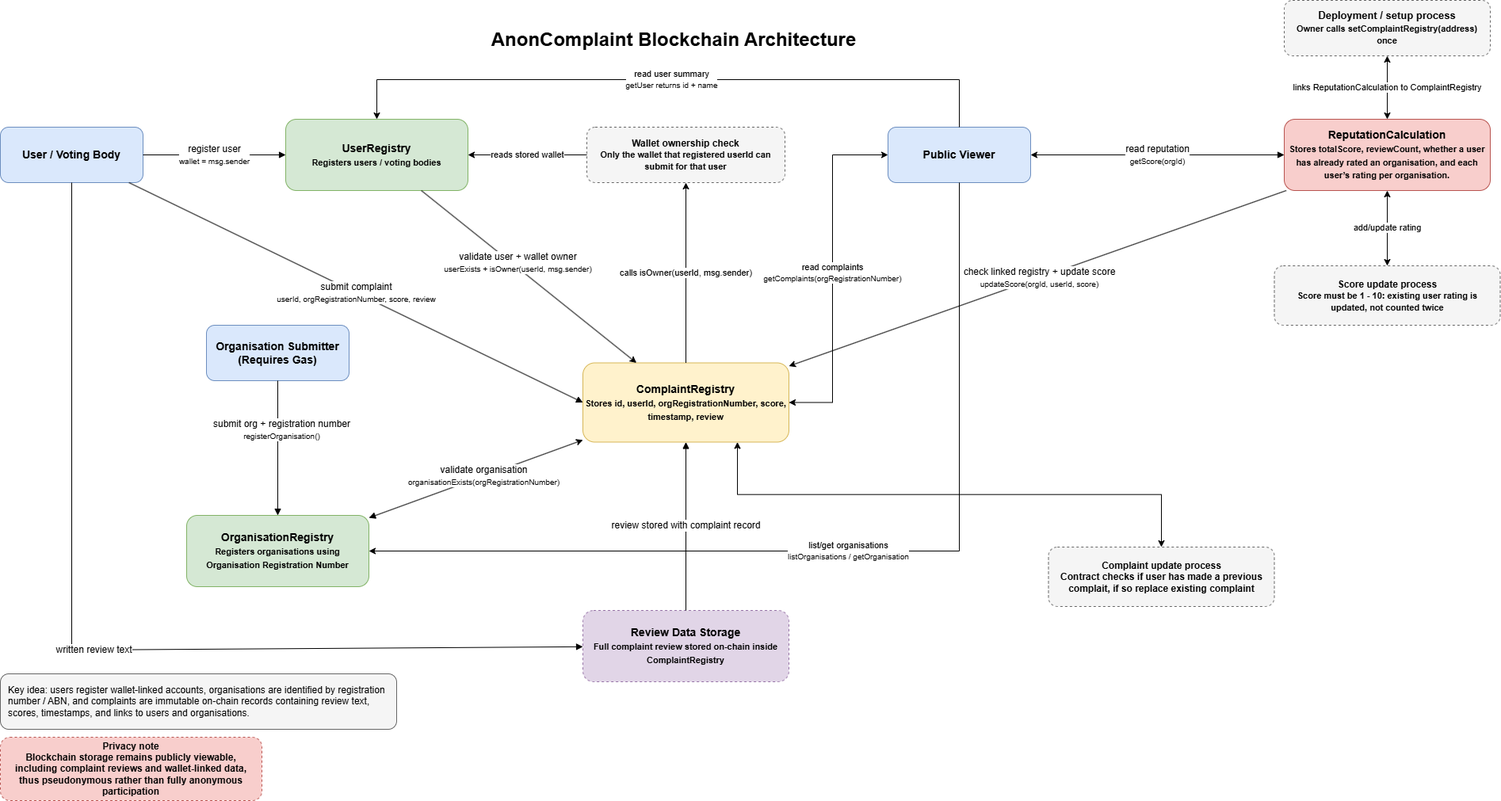
The draw.io diagram assessment3/anoncomplaint_architecture.png in FocusedLoop/IFB452-practicals, before a commit. Source tidied: cells renumbered, new cells last; positions are measured from the earlier drawing's top-left corner, leaving out a move shared by most shapes.
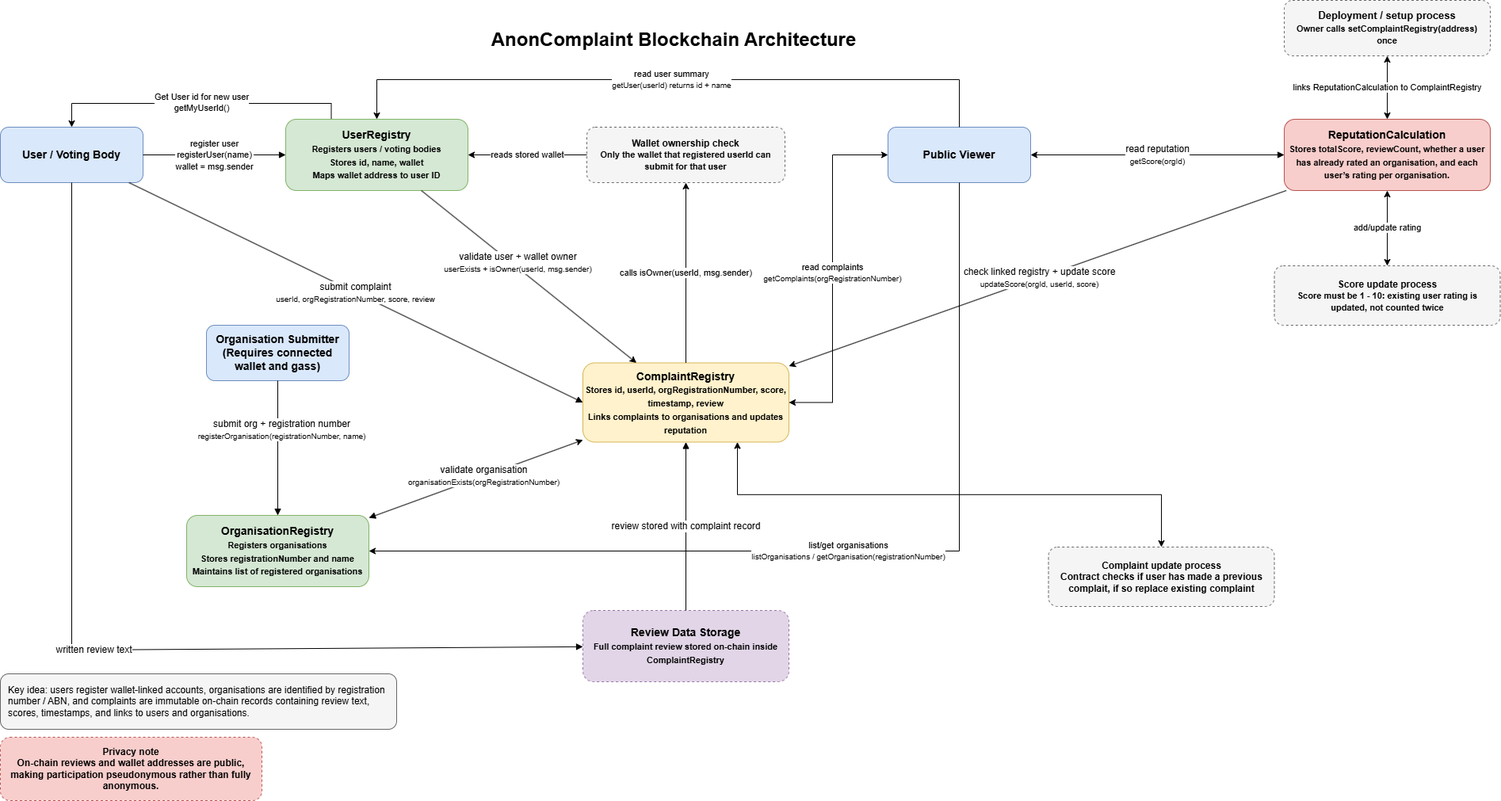
After the change.

What changed in the source:
```diff
@@ -5,16 +5,22 @@
     <mxCell id="2" value="AnonComplaint Blockchain Architecture" style="text;html=1;strokeColor=none;fillColor=none;fontSize=24;fontStyle=1;align=center;verticalAlign=middle;whiteSpace=wrap;rounded=0;" parent="1" vertex="1">
       <mxGeometry x="580" y="30" width="540" height="40" as="geometry" />
     </mxCell>
+    <mxCell id="34" style="edgeStyle=orthogonalEdgeStyle;rounded=0;jettySize=auto;html=1;exitX=0.5;exitY=0;exitDx=0;exitDy=0;entryX=0.25;entryY=0;entryDx=0;entryDy=0;endArrow=none;endFill=0;startArrow=classic;startFill=1;" parent="1" edge="1" source="3" target="5">
+      <mxGeometry relative="1" as="geometry" />
+    </mxCell>
+    <mxCell id="35" value="Get User id for new user&lt;div&gt;getMyUserId()&lt;/div&gt;" style="edgeLabel;html=1;align=center;verticalAlign=middle;" parent="34" vertex="1">
+      <mxGeometry x="0.02" y="2" relative="1" as="geometry" />
+    </mxCell>
     <mxCell id="3" value="User / Voting Body" style="rounded=1;whiteSpace=wrap;html=1;fillColor=#dae8fc;strokeColor=#6c8ebf;fontSize=14;fontStyle=1;" parent="1" vertex="1">
       <mxGeometry y="160" width="180" height="70" as="geometry" />
     </mxCell>
-    <mxCell id="4" value="Organisation Submitter&lt;div&gt;(Requires Gas)&lt;/div&gt;" style="rounded=1;whiteSpace=wrap;html=1;fillColor=#dae8fc;strokeColor=#6c8ebf;fontSize=14;fontStyle=1;" parent="1" vertex="1">
+    <mxCell id="4" value="Organisation Submitter&lt;div&gt;(Requires connected wallet and gass)&lt;/div&gt;" style="rounded=1;whiteSpace=wrap;html=1;fillColor=#dae8fc;strokeColor=#6c8ebf;fontSize=14;fontStyle=1;" parent="1" vertex="1">
       <mxGeometry x="260" y="410" width="180" height="70" as="geometry" />
     </mxCell>
-    <mxCell id="5" value="UserRegistry&lt;br&gt;&lt;font style=&quot;font-size: 11px;&quot;&gt;Registers users / voting bodies&lt;/font&gt;" style="rounded=1;whiteSpace=wrap;html=1;fillColor=#d5e8d4;strokeColor=#82b366;fontSize=14;fontStyle=1;" parent="1" vertex="1">
+    <mxCell id="5" value="UserRegistry&lt;br&gt;&lt;div&gt;&lt;font style=&quot;font-size: 11px;&quot;&gt;Registers users / voting bodies&lt;br&gt;Stores id, name, wallet&lt;br&gt;Maps wallet address to user ID&lt;/font&gt;&lt;/div&gt;" style="rounded=1;whiteSpace=wrap;html=1;fillColor=#d5e8d4;strokeColor=#82b366;fontSize=14;fontStyle=1;" parent="1" vertex="1">
       <mxGeometry x="360" y="150" width="230" height="90" as="geometry" />
     </mxCell>
-    <mxCell id="6" value="OrganisationRegistry&lt;br&gt;&lt;font style=&quot;font-size: 11px;&quot;&gt;Registers organisations using Organisation Registration Number&lt;/font&gt;" style="rounded=1;whiteSpace=wrap;html=1;fillColor=#d5e8d4;strokeColor=#82b366;fontSize=14;fontStyle=1;" parent="1" vertex="1">
+    <mxCell id="6" value="OrganisationRegistry&lt;br&gt;&lt;font style=&quot;font-size: 11px;&quot;&gt;Registers organisations&lt;/font&gt;&lt;div&gt;&lt;font style=&quot;font-size: 11px;&quot;&gt;Stores registrationNumber and name&lt;br&gt;Maintains list of registered organisations&lt;/font&gt;&lt;/div&gt;" style="rounded=1;whiteSpace=wrap;html=1;fillColor=#d5e8d4;strokeColor=#82b366;fontSize=14;fontStyle=1;" parent="1" vertex="1">
       <mxGeometry x="235" y="650" width="230" height="90" as="geometry" />
     </mxCell>
     <mxCell id="7" value="read complaints&lt;br&gt;&lt;font style=&quot;font-size: 10px;&quot;&gt;getComplaints(orgRegistrationNumber)&lt;/font&gt;" style="edgeStyle=orthogonalEdgeStyle;rounded=0;jettySize=auto;html=1;exitX=1;exitY=0.5;exitDx=0;exitDy=0;entryX=0;entryY=0.5;entryDx=0;entryDy=0;startArrow=classic;startFill=1;" parent="1" edge="1" source="9" target="12">
@@ -28,7 +34,7 @@
     <mxCell id="8" style="edgeStyle=orthogonalEdgeStyle;rounded=0;jettySize=auto;html=1;exitX=0.75;exitY=1;exitDx=0;exitDy=0;entryX=0.5;entryY=0;entryDx=0;entryDy=0;startArrow=classic;startFill=1;" parent="1" edge="1" source="9" target="33">
       <mxGeometry relative="1" as="geometry" />
     </mxCell>
-    <mxCell id="9" value="ComplaintRegistry&lt;br&gt;&lt;font style=&quot;font-size: 11px;&quot;&gt;Stores id, userId, orgRegistrationNumber, score, timestamp, review&lt;/font&gt;" style="rounded=1;whiteSpace=wrap;html=1;fillColor=#fff2cc;strokeColor=#d6b656;fontSize=14;fontStyle=1;" parent="1" vertex="1">
+    <mxCell id="9" value="ComplaintRegistry&lt;br&gt;&lt;font style=&quot;font-size: 11px;&quot;&gt;Stores id, userId, orgRegistrationNumber, score, timestamp, review&lt;/font&gt;&lt;div&gt;&lt;font style=&quot;font-size: 11px;&quot;&gt;Links complaints to organisations and updates reputation&lt;/font&gt;&lt;/div&gt;" style="rounded=1;whiteSpace=wrap;html=1;fillColor=#fff2cc;strokeColor=#d6b656;fontSize=14;fontStyle=1;" parent="1" vertex="1">
       <mxGeometry x="735" y="457.5" width="260" height="100" as="geometry" />
     </mxCell>
     <mxCell id="10" value="ReputationCalculation&lt;br&gt;&lt;font style=&quot;font-size: 11px;&quot;&gt;Stores totalScore, reviewCount, whether a user has already rated an organisation, and each user’s rating per organisation.&lt;/font&gt;" style="rounded=1;whiteSpace=wrap;html=1;fillColor=#f8cecc;strokeColor=#b85450;fontSize=14;fontStyle=1;" parent="1" vertex="1">
@@ -43,10 +49,10 @@
     <mxCell id="13" value="Key idea: users register wallet-linked accounts, organisations are identified by registration number / ABN, and complaints are immutable on-chain records containing review text, scores, timestamps, and links to users and organisations." style="rounded=1;whiteSpace=wrap;html=1;fillColor=#f5f5f5;strokeColor=#666666;fontSize=12;align=left;spacing=10;" parent="1" vertex="1">
       <mxGeometry y="850" width="500" height="70" as="geometry" />
     </mxCell>
-    <mxCell id="14" value="register user&lt;br&gt;&lt;font style=&quot;font-size: 10px;&quot;&gt;wallet = msg.sender&lt;/font&gt;" style="endArrow=block;html=1;rounded=0;fontSize=12;" parent="1" edge="1" source="3" target="5">
+    <mxCell id="14" value="&lt;font style=&quot;font-size: 11px;&quot;&gt;register user&lt;/font&gt;&lt;div&gt;&lt;font style=&quot;font-size: 11px;&quot;&gt;registerUser(name)&lt;br&gt;&lt;font style=&quot;&quot;&gt;wallet = msg.sender&lt;/font&gt;&lt;/font&gt;&lt;/div&gt;" style="endArrow=block;html=1;rounded=0;fontSize=12;" parent="1" edge="1" source="3" target="5">
       <mxGeometry relative="1" as="geometry" />
     </mxCell>
-    <mxCell id="15" value="submit org + registration number&lt;br&gt;&lt;font style=&quot;font-size: 10px;&quot;&gt;registerOrganisation()&lt;/font&gt;" style="endArrow=block;html=1;rounded=0;fontSize=12;" parent="1" edge="1" source="4" target="6">
+    <mxCell id="15" value="submit org + registration number&lt;br&gt;&lt;font style=&quot;font-size: 10px;&quot;&gt;registerOrganisation(registrationNumber, name)&lt;/font&gt;" style="endArrow=block;html=1;rounded=0;fontSize=12;" parent="1" edge="1" source="4" target="6">
       <mxGeometry x="-0.26" y="5" relative="1" as="geometry">
         <mxPoint y="-1" as="offset" />
       </mxGeometry>
@@ -99,14 +105,14 @@
     <mxCell id="29" value="add/update rating" style="endArrow=classic;html=1;rounded=0;fontSize=11;startArrow=classic;startFill=1;" parent="1" edge="1" source="28" target="10">
       <mxGeometry relative="1" as="geometry" />
     </mxCell>
-    <mxCell id="30" value="list/get organisations&lt;br&gt;&lt;font style=&quot;font-size: 10px;&quot;&gt;listOrganisations / getOrganisation&lt;/font&gt;" style="endArrow=classic;html=1;rounded=0;fontSize=11;" parent="1" edge="1" source="12" target="6">
+    <mxCell id="30" value="list/get organisations&lt;br&gt;&lt;font style=&quot;font-size: 10px;&quot;&gt;listOrganisations / getOrganisation(registrationNumber)&lt;/font&gt;" style="endArrow=classic;html=1;rounded=0;fontSize=11;" parent="1" edge="1" source="12" target="6">
       <mxGeometry relative="1" as="geometry">
         <Array as="points">
           <mxPoint x="1210" y="695" />
         </Array>
       </mxGeometry>
     </mxCell>
-    <mxCell id="31" value="read user summary&lt;br&gt;&lt;font style=&quot;font-size: 10px;&quot;&gt;getUser returns id + name&lt;/font&gt;" style="endArrow=classic;html=1;rounded=0;fontSize=11;" parent="1" edge="1" source="12" target="5">
+    <mxCell id="31" value="read user summary&lt;br&gt;&lt;font style=&quot;font-size: 10px;&quot;&gt;getUser(userId) returns id + name&lt;/font&gt;" style="endArrow=classic;html=1;rounded=0;fontSize=11;" parent="1" edge="1" source="12" target="5">
       <mxGeometry relative="1" as="geometry">
         <Array as="points">
           <mxPoint x="1210" y="100" />
@@ -114,7 +120,7 @@
         </Array>
       </mxGeometry>
     </mxCell>
-    <mxCell id="32" value="Privacy note&lt;br&gt;Blockchain storage remains publicly viewable, including complaint reviews and wallet-linked data, thus pseudonymous rather than fully anonymous participation" style="rounded=1;whiteSpace=wrap;html=1;fillColor=#f8cecc;strokeColor=#b85450;fontSize=12;fontStyle=1;align=center;verticalAlign=middle;spacing=6;dashed=1;" parent="1" vertex="1">
+    <mxCell id="32" value="Privacy note&lt;br&gt;On-chain reviews and wallet addresses are public, making participation pseudonymous rather than fully anonymous." style="rounded=1;whiteSpace=wrap;html=1;fillColor=#f8cecc;strokeColor=#b85450;fontSize=12;fontStyle=1;align=center;verticalAlign=middle;spacing=6;dashed=1;" parent="1" vertex="1">
       <mxGeometry y="930" width="330" height="80" as="geometry" />
     </mxCell>
     <mxCell id="33" value="Complaint update process&lt;div&gt;Contract checks if user has made a previous complait, if so replace existing complaint&lt;/div&gt;" style="rounded=1;whiteSpace=wrap;html=1;fillColor=#f5f5f5;strokeColor=#666666;fontSize=12;fontStyle=1;align=center;verticalAlign=middle;spacing=6;dashed=1;" parent="1" vertex="1">
```
